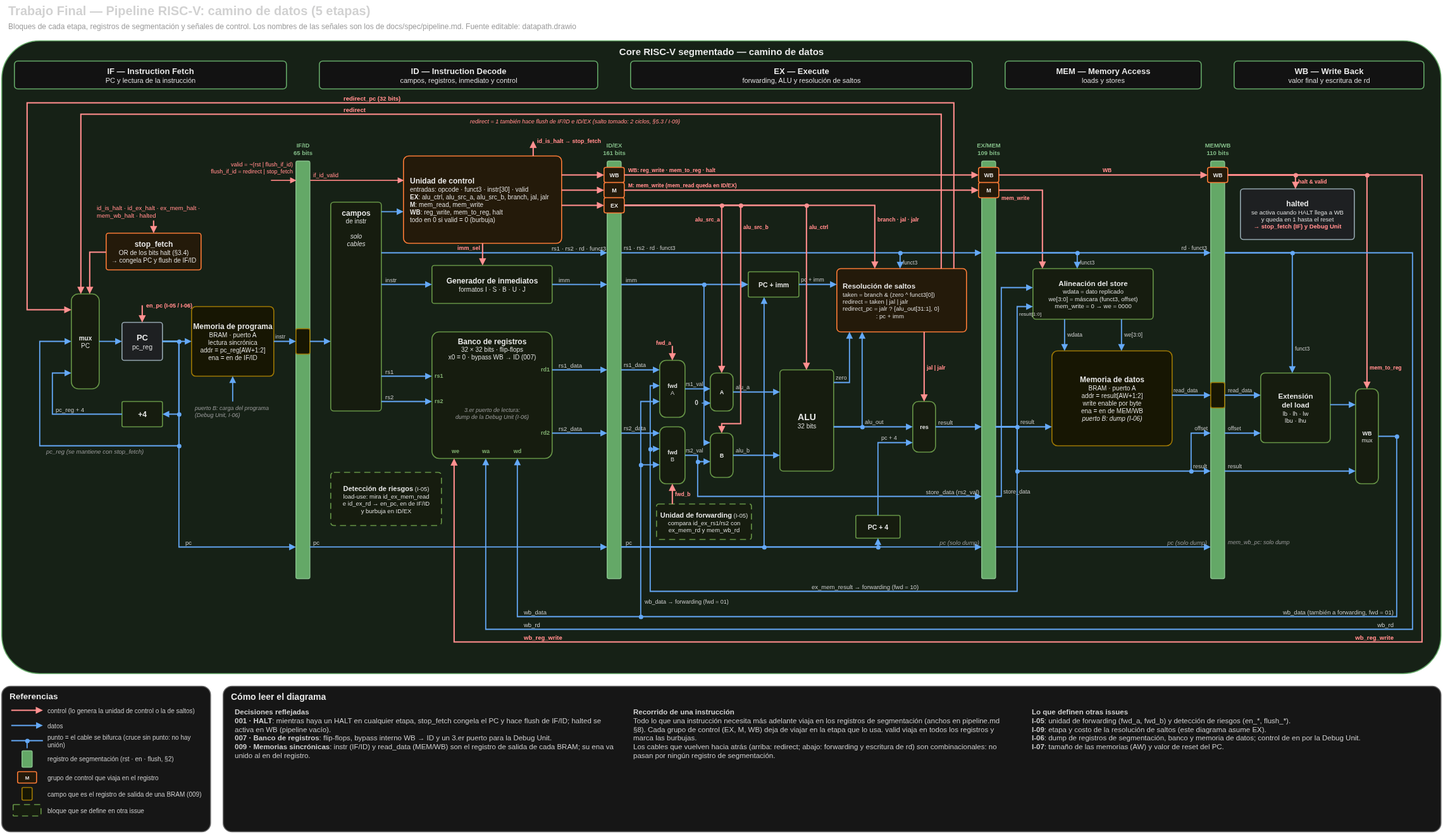
The draw.io diagram docs/diagramas/datapath.png in moreyrajulian/arquitectura_de_computadoras, before a commit. Source tidied: cells renumbered, new cells last; positions are measured from the earlier drawing's top-left corner, leaving out a move shared by most shapes.
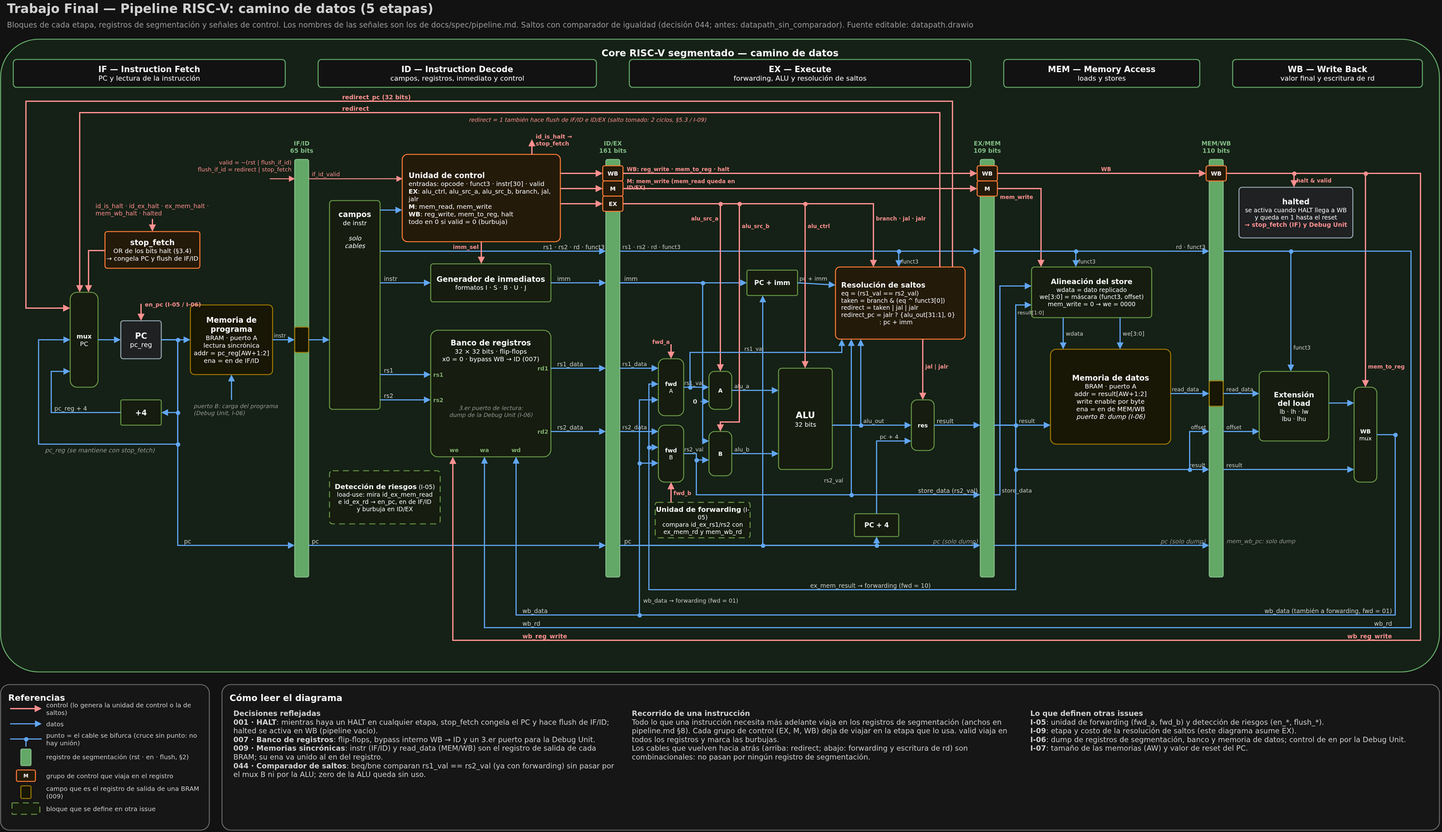
The same file after the commit.

What changed in the source:
```diff
@@ -5,7 +5,7 @@
     <mxCell id="2" value="Trabajo Final — Pipeline RISC-V: camino de datos (5 etapas)" style="text;html=1;whiteSpace=wrap;fontSize=20;fontFamily=Helvetica;fontColor=#212121;align=left;verticalAlign=middle;spacing=0;fontStyle=1;" parent="1" vertex="1">
       <mxGeometry x="10" width="1600" height="26" as="geometry" />
     </mxCell>
-    <mxCell id="3" value="Bloques de cada etapa, registros de segmentación y señales de control. Los nombres de las señales son los de docs/spec/pipeline.md. Fuente editable: datapath.drawio" style="text;html=1;whiteSpace=wrap;fontSize=12;fontFamily=Helvetica;fontColor=#616161;align=left;verticalAlign=middle;spacing=0;fontStyle=0;" parent="1" vertex="1">
+    <mxCell id="3" value="Bloques de cada etapa, registros de segmentación y señales de control. Los nombres de las señales son los de docs/spec/pipeline.md. Saltos con comparador de igualdad (decisión 044; antes: datapath_sin_comparador). Fuente editable: datapath.drawio" style="text;html=1;whiteSpace=wrap;fontSize=12;fontFamily=Helvetica;fontColor=#616161;align=left;verticalAlign=middle;spacing=0;fontStyle=0;" parent="1" vertex="1">
       <mxGeometry x="10" y="30" width="1800" height="18" as="geometry" />
     </mxCell>
     <mxCell id="4" value="&lt;b&gt;&lt;font style=&quot;font-size:15px&quot;&gt;Core RISC-V segmentado — camino de datos&lt;/font&gt;&lt;/b&gt;" style="rounded=1;arcSize=6;whiteSpace=wrap;html=1;fillColor=#E8F5E9;strokeColor=#2E7D32;strokeWidth=1.6;fontSize=13;fontFamily=Helvetica;align=center;verticalAlign=top;spacingLeft=0;spacingTop=6;" parent="1" vertex="1">
@@ -338,8 +338,8 @@
     <mxCell id="101" value="&lt;b&gt;res&lt;/b&gt;" style="rounded=1;arcSize=25;whiteSpace=wrap;html=1;fillColor=#F1F8E9;strokeColor=#558B2F;strokeWidth=1.6;fontSize=9;fontFamily=Helvetica;align=center;verticalAlign=middle;spacingLeft=0;spacingTop=0;" parent="1" vertex="1">
       <mxGeometry x="1440" y="632" width="36" height="80" as="geometry" />
     </mxCell>
-    <mxCell id="102" value="&lt;b&gt;&lt;font style=&quot;font-size:11.5px&quot;&gt;Resolución de saltos&lt;/font&gt;&lt;/b&gt;&lt;br&gt;taken = branch &amp;amp; (zero ^ funct3[0])&lt;br&gt;redirect = taken | jal | jalr&lt;br&gt;redirect_pc = jalr ? {alu_out[31:1], 0}&lt;br&gt;&amp;nbsp; &amp;nbsp; &amp;nbsp; &amp;nbsp; &amp;nbsp; &amp;nbsp; &amp;nbsp; &amp;nbsp; &amp;nbsp; &amp;nbsp; : pc + imm" style="rounded=1;arcSize=6;whiteSpace=wrap;html=1;fillColor=#FFF3E0;strokeColor=#E65100;strokeWidth=1.6;fontSize=9.5;fontFamily=Helvetica;align=left;verticalAlign=middle;spacingLeft=7;spacingTop=0;" parent="1" vertex="1">
-      <mxGeometry x="1320" y="422" width="205" height="100" as="geometry" />
+    <mxCell id="102" value="&lt;b&gt;&lt;font style=&quot;font-size:11.5px&quot;&gt;Resolución de saltos&lt;/font&gt;&lt;/b&gt;&lt;br&gt;eq = (rs1_val == rs2_val)&lt;br&gt;taken = branch &amp;amp; (eq ^ funct3[0])&lt;br&gt;redirect = taken | jal | jalr&lt;br&gt;redirect_pc = jalr ? {alu_out[31:1], 0}&lt;br&gt;&amp;nbsp; &amp;nbsp; &amp;nbsp; &amp;nbsp; &amp;nbsp; &amp;nbsp; &amp;nbsp; &amp;nbsp; &amp;nbsp; &amp;nbsp; : pc + imm" style="rounded=1;arcSize=6;whiteSpace=wrap;html=1;fillColor=#FFF3E0;strokeColor=#E65100;strokeWidth=1.6;fontSize=9.5;fontFamily=Helvetica;align=left;verticalAlign=middle;spacingLeft=7;spacingTop=0;" parent="1" vertex="1">
+      <mxGeometry x="1320" y="422" width="205" height="114" as="geometry" />
     </mxCell>
     <mxCell id="103" value="&lt;b&gt;&lt;font style=&quot;font-size:11px&quot;&gt;Unidad de forwarding&lt;/font&gt;&lt;/b&gt; (I-05)&lt;br&gt;compara id_ex_rs1/rs2 con&lt;br&gt;ex_mem_rd y mem_wb_rd" style="rounded=1;arcSize=6;whiteSpace=wrap;html=1;fillColor=#F1F8E9;strokeColor=#558B2F;strokeWidth=1.6;fontSize=9.5;fontFamily=Helvetica;align=center;verticalAlign=middle;spacingLeft=0;spacingTop=0;dashed=1;dashPattern=6 4;" parent="1" vertex="1">
       <mxGeometry x="1035" y="794" width="150" height="56" as="geometry" />
@@ -458,16 +458,6 @@
     <mxCell id="133" value="pc + 4" style="text;html=1;whiteSpace=wrap;fontSize=9;fontFamily=Helvetica;fontColor=#212121;align=left;verticalAlign=middle;spacing=0;fontStyle=0;" parent="1" vertex="1">
       <mxGeometry x="1390" y="683" width="50" height="13" as="geometry" />
     </mxCell>
-    <mxCell id="134" style="html=1;rounded=0;edgeStyle=none;strokeColor=#1565C0;strokeWidth=1.8;endArrow=block;endFill=1;startArrow=none;startFill=1;exitX=1.0000;exitY=0.1250;exitDx=0;exitDy=0;exitPerimeter=0;entryX=0.0976;entryY=1.0000;entryDx=0;entryDy=0;entryPerimeter=0;" parent="1" edge="1" source="98" target="102">
-      <mxGeometry relative="1" as="geometry">
-        <Array as="points">
-          <mxPoint x="1340" y="602" />
-        </Array>
-      </mxGeometry>
-    </mxCell>
-    <mxCell id="135" value="zero" style="text;html=1;whiteSpace=wrap;fontSize=9;fontFamily=Helvetica;fontColor=#212121;align=left;verticalAlign=middle;spacing=0;fontStyle=0;" parent="1" vertex="1">
-      <mxGeometry x="1318" y="588" width="30" height="13" as="geometry" />
-    </mxCell>
     <mxCell id="136" style="html=1;rounded=0;edgeStyle=none;strokeColor=#1565C0;strokeWidth=1.8;endArrow=block;endFill=1;startArrow=none;startFill=1;exitX=1.0000;exitY=0.5625;exitDx=0;exitDy=0;exitPerimeter=0;entryX=0.1951;entryY=1.0000;entryDx=0;entryDy=0;entryPerimeter=0;" parent="1" edge="1" source="98" target="102">
       <mxGeometry relative="1" as="geometry">
         <Array as="points">
@@ -979,7 +969,7 @@
     <mxCell id="263" value="&lt;b&gt;&lt;font style=&quot;font-size:14px&quot;&gt;Cómo leer el diagrama&lt;/font&gt;&lt;/b&gt;" style="rounded=1;arcSize=6;whiteSpace=wrap;html=1;fillColor=#FAFAFA;strokeColor=#9E9E9E;strokeWidth=1.6;fontSize=12;fontFamily=Helvetica;align=left;verticalAlign=top;spacingLeft=10;spacingTop=6;" parent="1" vertex="1">
       <mxGeometry x="350" y="1082" width="1925" height="230" as="geometry" />
     </mxCell>
-    <mxCell id="264" value="&lt;b&gt;Decisiones reflejadas&lt;/b&gt;&lt;br&gt;&lt;b&gt;001 · HALT&lt;/b&gt;: mientras haya un HALT en cualquier etapa, stop_fetch congela el PC y hace flush de IF/ID; halted se activa en WB (pipeline vacío).&lt;br&gt;&lt;b&gt;007 · Banco de registros&lt;/b&gt;: flip-flops, bypass interno WB → ID y un 3.er puerto para la Debug Unit.&lt;br&gt;&lt;b&gt;009 · Memorias sincrónicas&lt;/b&gt;: instr (IF/ID) y read_data (MEM/WB) son el registro de salida de cada BRAM; su ena va unido al en del registro." style="text;html=1;whiteSpace=wrap;fontSize=11.5;fontFamily=Helvetica;fontColor=#212121;align=left;verticalAlign=top;spacing=0;fontStyle=0;" parent="1" vertex="1">
+    <mxCell id="264" value="&lt;b&gt;Decisiones reflejadas&lt;/b&gt;&lt;br&gt;&lt;b&gt;001 · HALT&lt;/b&gt;: mientras haya un HALT en cualquier etapa, stop_fetch congela el PC y hace flush de IF/ID; halted se activa en WB (pipeline vacío).&lt;br&gt;&lt;b&gt;007 · Banco de registros&lt;/b&gt;: flip-flops, bypass interno WB → ID y un 3.er puerto para la Debug Unit.&lt;br&gt;&lt;b&gt;009 · Memorias sincrónicas&lt;/b&gt;: instr (IF/ID) y read_data (MEM/WB) son el registro de salida de cada BRAM; su ena va unido al en del registro.&lt;br&gt;&lt;b&gt;044 · Comparador de saltos&lt;/b&gt;: beq/bne comparan rs1_val == rs2_val (ya con forwarding) sin pasar por el mux B ni por la ALU; zero de la ALU queda sin uso." style="text;html=1;whiteSpace=wrap;fontSize=11.5;fontFamily=Helvetica;fontColor=#212121;align=left;verticalAlign=top;spacing=0;fontStyle=0;" parent="1" vertex="1">
       <mxGeometry x="368" y="1116" width="600" height="186" as="geometry" />
     </mxCell>
     <mxCell id="265" value="&lt;b&gt;Recorrido de una instrucción&lt;/b&gt;&lt;br&gt;Todo lo que una instrucción necesita más adelante viaja en los registros de segmentación (anchos en pipeline.md §8). Cada grupo de control (EX, M, WB) deja de viajar en la etapa que lo usa. valid viaja en todos los registros y marca las burbujas.&lt;br&gt;Los cables que vuelven hacia atrás (arriba: redirect; abajo: forwarding y escritura de rd) son combinacionales: no pasan por ningún registro de segmentación." style="text;html=1;whiteSpace=wrap;fontSize=11.5;fontFamily=Helvetica;fontColor=#212121;align=left;verticalAlign=top;spacing=0;fontStyle=0;" parent="1" vertex="1">
@@ -988,5 +978,31 @@
     <mxCell id="266" value="&lt;b&gt;Lo que definen otras issues&lt;/b&gt;&lt;br&gt;&lt;b&gt;I-05&lt;/b&gt;: unidad de forwarding (fwd_a, fwd_b) y detección de riesgos (en_*, flush_*).&lt;br&gt;&lt;b&gt;I-09&lt;/b&gt;: etapa y costo de la resolución de saltos (este diagrama asume EX).&lt;br&gt;&lt;b&gt;I-06&lt;/b&gt;: dump de registros de segmentación, banco y memoria de datos; control de en por la Debug Unit.&lt;br&gt;&lt;b&gt;I-07&lt;/b&gt;: tamaño de las memorias (AW) y valor de reset del PC." style="text;html=1;whiteSpace=wrap;fontSize=11.5;fontFamily=Helvetica;fontColor=#212121;align=left;verticalAlign=top;spacing=0;fontStyle=0;" parent="1" vertex="1">
       <mxGeometry x="1628" y="1116" width="600" height="186" as="geometry" />
     </mxCell>
+    <mxCell id="267" style="ellipse;whiteSpace=wrap;html=1;fillColor=#1565C0;strokeColor=none;" parent="1" vertex="1">
+      <mxGeometry x="1086.5" y="608.5" width="7" height="7" as="geometry" />
+    </mxCell>
+    <mxCell id="268" style="html=1;rounded=0;edgeStyle=none;strokeColor=#1565C0;strokeWidth=1.8;endArrow=block;endFill=1;startArrow=none;startFill=1;exitPerimeter=0;entryPerimeter=0;entryX=0.0488;entryY=1.0000;entryDx=0;entryDy=0;" parent="1" edge="1" target="102">
+      <mxGeometry relative="1" as="geometry">
+        <mxPoint x="1090" y="612" as="sourcePoint" />
+        <Array as="points">
+          <mxPoint x="1090" y="557" />
+          <mxPoint x="1330" y="557" />
+        </Array>
+      </mxGeometry>
+    </mxCell>
+    <mxCell id="269" value="rs1_val" style="text;html=1;whiteSpace=wrap;fontSize=8.5;fontFamily=Helvetica;fontColor=#212121;align=left;verticalAlign=middle;spacing=0;fontStyle=0;" parent="1" vertex="1">
+      <mxGeometry x="1176" y="544" width="40" height="13" as="geometry" />
+    </mxCell>
+    <mxCell id="270" style="ellipse;whiteSpace=wrap;html=1;fillColor=#1565C0;strokeColor=none;" parent="1" vertex="1">
+      <mxGeometry x="1341.5" y="778.5" width="7" height="7" as="geometry" />
+    </mxCell>
+    <mxCell id="271" style="html=1;rounded=0;edgeStyle=none;strokeColor=#1565C0;strokeWidth=1.8;endArrow=block;endFill=1;startArrow=none;startFill=1;exitPerimeter=0;entryPerimeter=0;entryX=0.1220;entryY=1.0000;entryDx=0;entryDy=0;" parent="1" edge="1" target="102">
+      <mxGeometry relative="1" as="geometry">
+        <mxPoint x="1345" y="782" as="sourcePoint" />
+      </mxGeometry>
+    </mxCell>
+    <mxCell id="272" value="rs2_val" style="text;html=1;whiteSpace=wrap;fontSize=8.5;fontFamily=Helvetica;fontColor=#212121;align=left;verticalAlign=middle;spacing=0;fontStyle=0;" parent="1" vertex="1">
+      <mxGeometry x="1302" y="752" width="40" height="13" as="geometry" />
+    </mxCell>
   </root>
 </mxGraphModel>
```
